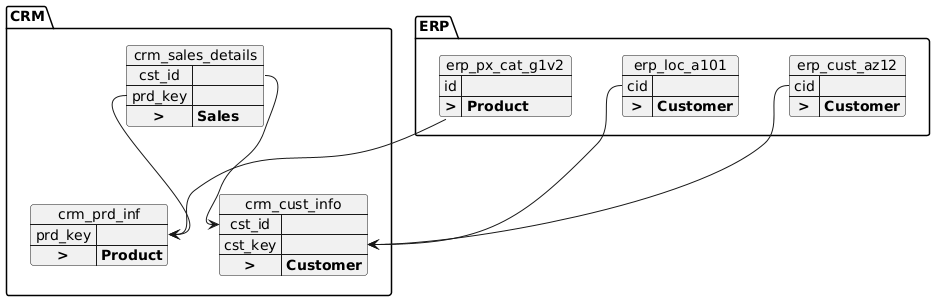
This is docs/pdf/silver_into_categories.png from arkadianriver/de-dwh-sql, a PlantUML export, as it was before one commit.
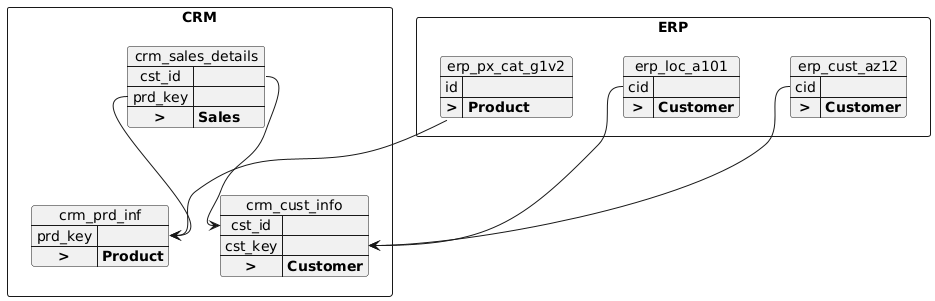
Later version of the same file.

Diff of the diagram source:
```diff
@@ -1,6 +1,6 @@
 @startuml
 
-package CRM {
+package CRM <<Rectangle>> {
     map crm_sales_details {
         cst_id =>
         prd_key =>
@@ -19,7 +19,7 @@
     crm_sales_details::prd_key --> crm_prd_inf::prd_key
 }
 
-package ERP {
+package ERP <<Rectangle>> {
     map erp_cust_az12 {
         cid =>
 		**>** => **Customer**
```
